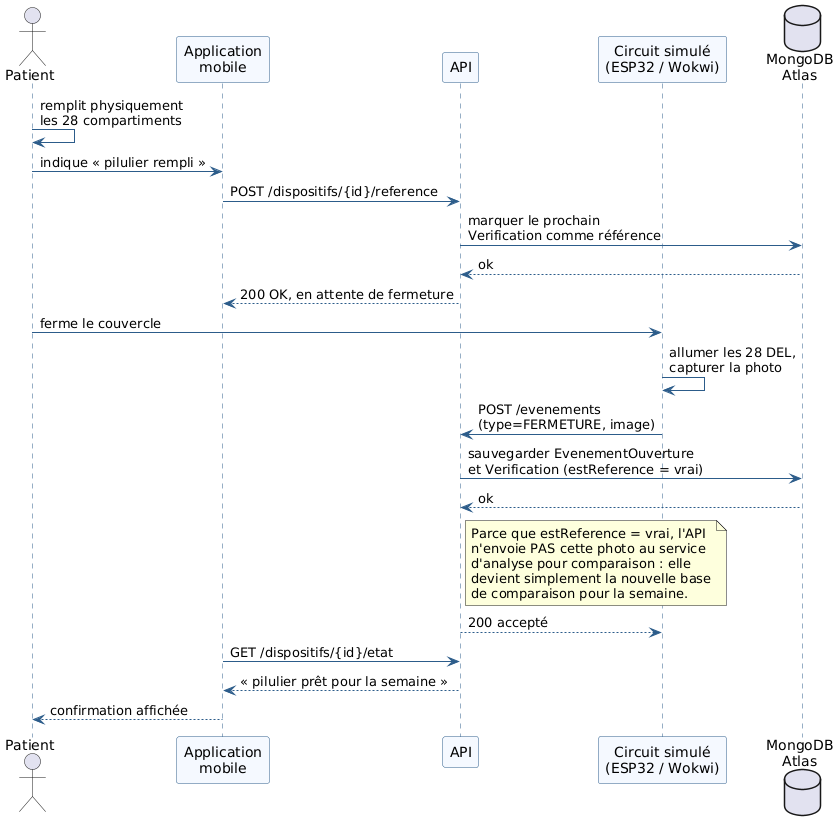
Before: docs/assets/Sequence_remplissage_hebdomadaire.png, a diagram exported from PlantUML (rauf-mifteev/Ahuntsic_Capstone). Source of this version:
```plantuml
@startuml Sequence_remplissage_hebdomadaire

skinparam sequence {
  ArrowColor #2C5C8A
  LifeLineBorderColor #2C5C8A
  ParticipantBackgroundColor #F5F9FF
  ParticipantBorderColor #2C5C8A
}

actor Patient
participant "Application\nmobile" as App
participant "API" as API
participant "Circuit simulé\n(ESP32 / Wokwi)" as Circuit
database "MongoDB\nAtlas" as BD

Patient -> Patient : remplit physiquement\nles 28 compartiments
Patient -> App : indique « pilulier rempli »
App -> API : POST /dispositifs/{id}/reference
API -> BD : marquer le prochain\nVerification comme référence
BD --> API : ok
API --> App : 200 OK, en attente de fermeture

Patient -> Circuit : ferme le couvercle
Circuit -> Circuit : allumer les 28 DEL,\ncapturer la photo
Circuit -> API : POST /evenements\n(type=FERMETURE, image)
API -> BD : sauvegarder EvenementOuverture\net Verification (estReference = vrai)
BD --> API : ok

note right of API
  Parce que estReference = vrai, l'API
  n'envoie PAS cette photo au service
  d'analyse pour comparaison : elle
  devient simplement la nouvelle base
  de comparaison pour la semaine.
end note

API --> Circuit : 200 accepté
App -> API : GET /dispositifs/{id}/etat
API --> App : « pilulier prêt pour la semaine »
App --> Patient : confirmation affichée

@enduml
```
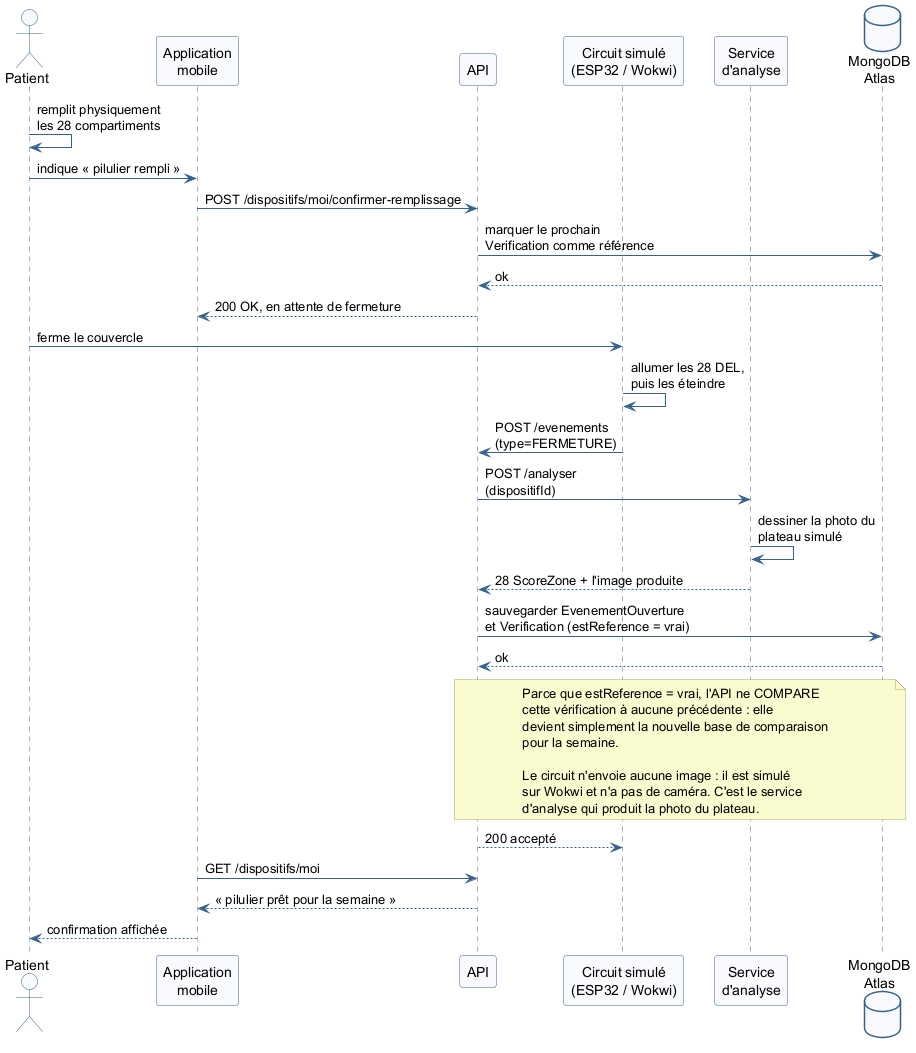
The same diagram one commit later.

Diff of the diagram source:
```diff
@@ -1,41 +1,65 @@
-@startuml Sequence_remplissage_hebdomadaire
+@startuml
 
+skinparam shadowing false
+skinparam participant {
+  BackgroundColor #F8FAFE
+  BorderColor #38618C
+}
+skinparam actor {
+  BackgroundColor #F8FAFE
+  BorderColor #38618C
+}
+skinparam database {
+  BackgroundColor #F8FAFE
+  BorderColor #38618C
+}
 skinparam sequence {
-  ArrowColor #2C5C8A
-  LifeLineBorderColor #2C5C8A
-  ParticipantBackgroundColor #F5F9FF
-  ParticipantBorderColor #2C5C8A
+  ArrowColor #38618C
+  LifeLineBorderColor #38618C
+}
+skinparam note {
+  BackgroundColor #FBFBD0
+  BorderColor #A9A95E
 }
 
 actor Patient
 participant "Application\nmobile" as App
 participant "API" as API
 participant "Circuit simulé\n(ESP32 / Wokwi)" as Circuit
-database "MongoDB\nAtlas" as BD
+participant "Service\nd'analyse" as Analyse
+database "MongoDB\nAtlas" as Mongo
 
 Patient -> Patient : remplit physiquement\nles 28 compartiments
 Patient -> App : indique « pilulier rempli »
-App -> API : POST /dispositifs/{id}/reference
-API -> BD : marquer le prochain\nVerification comme référence
-BD --> API : ok
+App -> API : POST /dispositifs/moi/confirmer-remplissage
+API -> Mongo : marquer le prochain\nVerification comme référence
+Mongo --> API : ok
 API --> App : 200 OK, en attente de fermeture
 
 Patient -> Circuit : ferme le couvercle
-Circuit -> Circuit : allumer les 28 DEL,\ncapturer la photo
-Circuit -> API : POST /evenements\n(type=FERMETURE, image)
-API -> BD : sauvegarder EvenementOuverture\net Verification (estReference = vrai)
-BD --> API : ok
+Circuit -> Circuit : allumer les 28 DEL,\npuis les éteindre
+Circuit -> API : POST /evenements\n(type=FERMETURE)
 
-note right of API
-  Parce que estReference = vrai, l'API
-  n'envoie PAS cette photo au service
-  d'analyse pour comparaison : elle
-  devient simplement la nouvelle base
-  de comparaison pour la semaine.
+API -> Analyse : POST /analyser\n(dispositifId)
+Analyse -> Analyse : dessiner la photo du\nplateau simulé
+Analyse --> API : 28 ScoreZone + l'image produite
+
+API -> Mongo : sauvegarder EvenementOuverture\net Verification (estReference = vrai)
+Mongo --> API : ok
+
+note over API, Mongo
+  Parce que estReference = vrai, l'API ne COMPARE
+  cette vérification à aucune précédente : elle
+  devient simplement la nouvelle base de comparaison
+  pour la semaine.
+
+  Le circuit n'envoie aucune image : il est simulé
+  sur Wokwi et n'a pas de caméra. C'est le service
+  d'analyse qui produit la photo du plateau.
 end note
 
 API --> Circuit : 200 accepté
-App -> API : GET /dispositifs/{id}/etat
+App -> API : GET /dispositifs/moi
 API --> App : « pilulier prêt pour la semaine »
 App --> Patient : confirmation affichée
 
```
